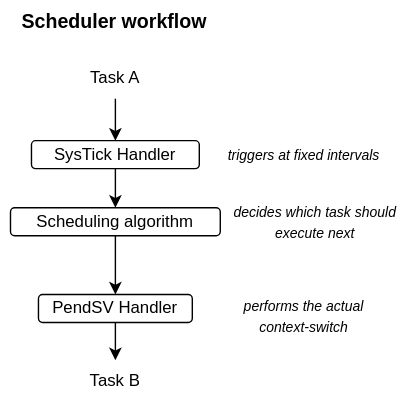
The draw.io diagram drawings.drawio.svg in syedfardin83/zeroRTOS, before a commit. Source tidied: cells renumbered, new cells last; positions are measured from the earlier drawing's top-left corner, leaving out a move shared by most shapes. Source of this version:
```xml
<mxGraphModel>
  <root>
    <mxCell id="0" />
    <mxCell id="1" parent="0" />
    <mxCell id="2" value="&lt;b&gt;&lt;font style=&quot;font-size: 14px;&quot;&gt;Scheduler workflow&lt;/font&gt;&lt;/b&gt;" style="text;html=1;whiteSpace=wrap;strokeColor=none;fillColor=none;align=center;verticalAlign=middle;rounded=0;" parent="1" vertex="1">
      <mxGeometry x="-0.5" width="165" height="30" as="geometry" />
    </mxCell>
    <mxCell id="3" style="edgeStyle=none;html=1;entryX=0.5;entryY=0;entryDx=0;entryDy=0;" parent="1" edge="1" source="4" target="6">
      <mxGeometry relative="1" as="geometry" />
    </mxCell>
    <mxCell id="4" value="SysTick Handler" style="rounded=1;whiteSpace=wrap;html=1;" parent="1" vertex="1">
      <mxGeometry x="22" y="100" width="120" height="20" as="geometry" />
    </mxCell>
    <mxCell id="5" style="edgeStyle=none;html=1;entryX=0.5;entryY=0;entryDx=0;entryDy=0;" parent="1" edge="1" source="6" target="8">
      <mxGeometry relative="1" as="geometry" />
    </mxCell>
    <mxCell id="6" value="Scheduling algorithm" style="rounded=1;whiteSpace=wrap;html=1;" parent="1" vertex="1">
      <mxGeometry x="7" y="148" width="150" height="20" as="geometry" />
    </mxCell>
    <mxCell id="7" style="edgeStyle=none;html=1;" parent="1" edge="1" source="8" target="11">
      <mxGeometry relative="1" as="geometry" />
    </mxCell>
    <mxCell id="8" value="PendSV Handler" style="rounded=1;whiteSpace=wrap;html=1;" parent="1" vertex="1">
      <mxGeometry x="27" y="210" width="110" height="20" as="geometry" />
    </mxCell>
    <mxCell id="9" style="edgeStyle=none;html=1;entryX=0.5;entryY=0;entryDx=0;entryDy=0;" parent="1" edge="1" source="10" target="4">
      <mxGeometry relative="1" as="geometry" />
    </mxCell>
    <mxCell id="10" value="Task A" style="text;html=1;whiteSpace=wrap;strokeColor=none;fillColor=none;align=center;verticalAlign=middle;rounded=0;" parent="1" vertex="1">
      <mxGeometry x="52" y="40" width="60" height="30" as="geometry" />
    </mxCell>
    <mxCell id="11" value="Task B" style="text;html=1;whiteSpace=wrap;strokeColor=none;fillColor=none;align=center;verticalAlign=middle;rounded=0;" parent="1" vertex="1">
      <mxGeometry x="52" y="257" width="60" height="30" as="geometry" />
    </mxCell>
    <mxCell id="12" value="&lt;i&gt;&lt;font style=&quot;font-size: 10px;&quot;&gt;triggers at fixed intervals&lt;/font&gt;&lt;/i&gt;" style="text;html=1;whiteSpace=wrap;strokeColor=none;fillColor=none;align=center;verticalAlign=middle;rounded=0;" parent="1" vertex="1">
      <mxGeometry x="157" y="95" width="120" height="30" as="geometry" />
    </mxCell>
    <mxCell id="13" value="&lt;span style=&quot;font-size: 10px;&quot;&gt;&lt;i&gt;decides which task should execute next&lt;/i&gt;&lt;/span&gt;" style="text;html=1;whiteSpace=wrap;strokeColor=none;fillColor=none;align=center;verticalAlign=middle;rounded=0;" parent="1" vertex="1">
      <mxGeometry x="165" y="143" width="120" height="30" as="geometry" />
    </mxCell>
    <mxCell id="14" value="&lt;i&gt;&lt;font style=&quot;font-size: 10px;&quot;&gt;performs the actual context-switch&amp;nbsp;&lt;/font&gt;&lt;/i&gt;" style="text;html=1;whiteSpace=wrap;strokeColor=none;fillColor=none;align=center;verticalAlign=middle;rounded=0;" parent="1" vertex="1">
      <mxGeometry x="157" y="210" width="120" height="30" as="geometry" />
    </mxCell>
  </root>
</mxGraphModel>
```
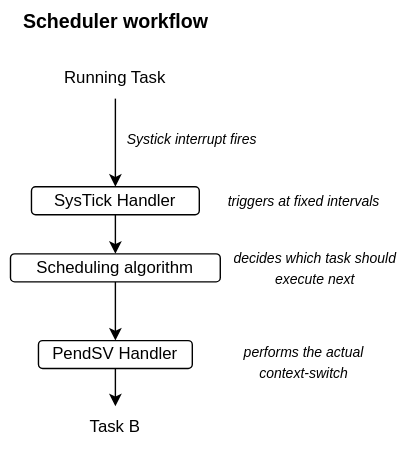
The same diagram one commit later.

Change to the diagram source:
```diff
@@ -3,7 +3,7 @@
     <mxCell id="0" />
     <mxCell id="1" parent="0" />
     <mxCell id="2" value="&lt;b&gt;&lt;font style=&quot;font-size: 14px;&quot;&gt;Scheduler workflow&lt;/font&gt;&lt;/b&gt;" style="text;html=1;whiteSpace=wrap;strokeColor=none;fillColor=none;align=center;verticalAlign=middle;rounded=0;" parent="1" vertex="1">
-      <mxGeometry x="-0.5" width="165" height="30" as="geometry" />
+      <mxGeometry x="-0.5" y="-33" width="165" height="30" as="geometry" />
     </mxCell>
     <mxCell id="3" style="edgeStyle=none;html=1;entryX=0.5;entryY=0;entryDx=0;entryDy=0;" parent="1" edge="1" source="4" target="6">
       <mxGeometry relative="1" as="geometry" />
@@ -26,8 +26,8 @@
     <mxCell id="9" style="edgeStyle=none;html=1;entryX=0.5;entryY=0;entryDx=0;entryDy=0;" parent="1" edge="1" source="10" target="4">
       <mxGeometry relative="1" as="geometry" />
     </mxCell>
-    <mxCell id="10" value="Task A" style="text;html=1;whiteSpace=wrap;strokeColor=none;fillColor=none;align=center;verticalAlign=middle;rounded=0;" parent="1" vertex="1">
-      <mxGeometry x="52" y="40" width="60" height="30" as="geometry" />
+    <mxCell id="10" value="Running Task" style="text;html=1;whiteSpace=wrap;strokeColor=none;fillColor=none;align=center;verticalAlign=middle;rounded=0;" parent="1" vertex="1">
+      <mxGeometry x="42" y="7" width="80" height="30" as="geometry" />
     </mxCell>
     <mxCell id="11" value="Task B" style="text;html=1;whiteSpace=wrap;strokeColor=none;fillColor=none;align=center;verticalAlign=middle;rounded=0;" parent="1" vertex="1">
       <mxGeometry x="52" y="257" width="60" height="30" as="geometry" />
@@ -41,5 +41,8 @@
     <mxCell id="14" value="&lt;i&gt;&lt;font style=&quot;font-size: 10px;&quot;&gt;performs the actual context-switch&amp;nbsp;&lt;/font&gt;&lt;/i&gt;" style="text;html=1;whiteSpace=wrap;strokeColor=none;fillColor=none;align=center;verticalAlign=middle;rounded=0;" parent="1" vertex="1">
       <mxGeometry x="157" y="210" width="120" height="30" as="geometry" />
     </mxCell>
+    <mxCell id="15" value="&lt;span style=&quot;font-size: 10px;&quot;&gt;&lt;i&gt;Systick interrupt fires&lt;/i&gt;&lt;/span&gt;" style="text;html=1;whiteSpace=wrap;strokeColor=none;fillColor=none;align=center;verticalAlign=middle;rounded=0;" parent="1" vertex="1">
+      <mxGeometry x="77" y="51" width="120" height="30" as="geometry" />
+    </mxCell>
   </root>
 </mxGraphModel>
```
